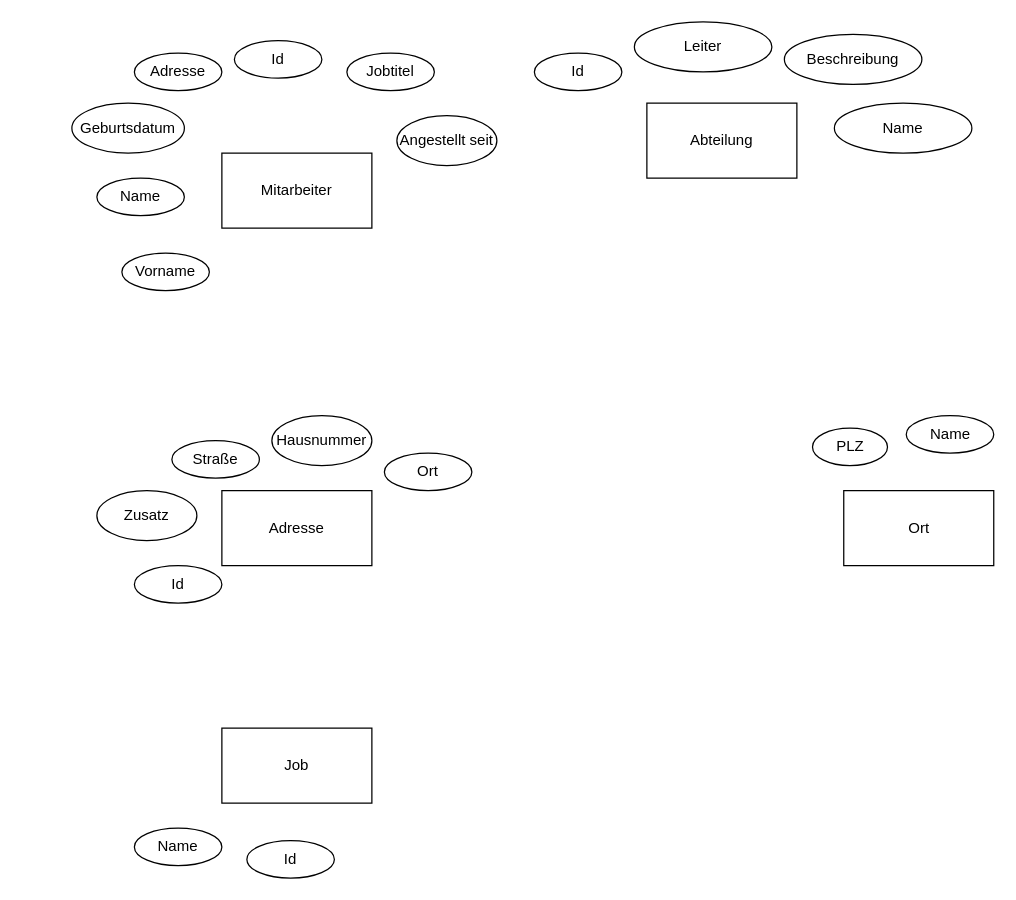
Above: diagramme/er_diagram.drawio in patrickpfaff/lf08_erp_projekt (draw.io), before the change. Source tidied: cells renumbered, new cells numbered last; positions are measured from the earlier drawing's top-left corner, leaving out a move shared by most shapes. Both pictures are drawn from the tidied source at 125%, with x=0, y=0 at pixel (71, 21).
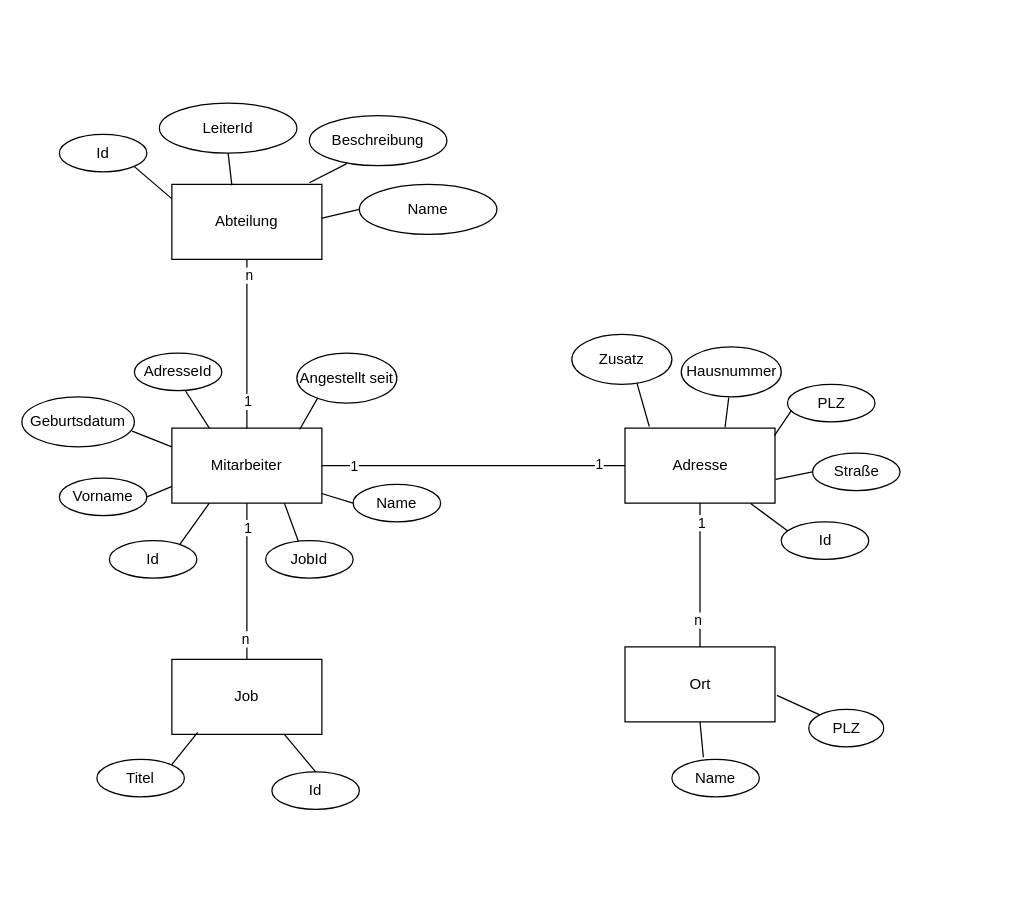
The same page after the edit.

Commit message (it also covers changes not shown here):
diagramm angepasst, ui test mit tkinter

The edit, as a diff of the source:
```diff
@@
-    <mxCell id="2" value="Adresse" style="ellipse;whiteSpace=wrap;html=1;" parent="1" vertex="1">
-      <mxGeometry x="50" y="25" width="70" height="30" as="geometry" />
+    <mxCell id="2" value="AdresseId" style="ellipse;whiteSpace=wrap;html=1;" parent="1" vertex="1">
+      <mxGeometry x="50" y="265" width="70" height="30" as="geometry" />
     </mxCell>
     <mxCell id="3" value="Hausnummer" style="ellipse;whiteSpace=wrap;html=1;" parent="1" vertex="1">
-      <mxGeometry x="160" y="315" width="80" height="40" as="geometry" />
+      <mxGeometry x="487.5" y="260" width="80" height="40" as="geometry" />
     </mxCell>
     <mxCell id="4" value="Name" style="ellipse;whiteSpace=wrap;html=1;" parent="1" vertex="1">
-      <mxGeometry x="667.5" y="315" width="70" height="30" as="geometry" />
+      <mxGeometry x="480" y="590" width="70" height="30" as="geometry" />
     </mxCell>
     <mxCell id="5" value="Mitarbeiter" style="rounded=0;whiteSpace=wrap;html=1;" parent="1" vertex="1">
-      <mxGeometry x="120" y="105" width="120" height="60" as="geometry" />
+      <mxGeometry x="80" y="325" width="120" height="60" as="geometry" />
     </mxCell>
     <mxCell id="6" value="Abteilung" style="rounded=0;whiteSpace=wrap;html=1;" parent="1" vertex="1">
-      <mxGeometry x="460" y="65" width="120" height="60" as="geometry" />
+      <mxGeometry x="80" y="130" width="120" height="60" as="geometry" />
     </mxCell>
     <mxCell id="7" value="Adresse" style="rounded=0;whiteSpace=wrap;html=1;" parent="1" vertex="1">
-      <mxGeometry x="120" y="375" width="120" height="60" as="geometry" />
+      <mxGeometry x="442.5" y="325" width="120" height="60" as="geometry" />
     </mxCell>
     <mxCell id="8" value="Ort" style="rounded=0;whiteSpace=wrap;html=1;" parent="1" vertex="1">
-      <mxGeometry x="617.5" y="375" width="120" height="60" as="geometry" />
+      <mxGeometry x="442.5" y="500" width="120" height="60" as="geometry" />
     </mxCell>
     <mxCell id="9" value="Id" style="ellipse;whiteSpace=wrap;html=1;" parent="1" vertex="1">
-      <mxGeometry x="50" y="435" width="70" height="30" as="geometry" />
+      <mxGeometry x="567.5" y="400" width="70" height="30" as="geometry" />
     </mxCell>
     <mxCell id="10" value="Angestellt seit" style="ellipse;whiteSpace=wrap;html=1;" parent="1" vertex="1">
-      <mxGeometry x="260" y="75" width="80" height="40" as="geometry" />
+      <mxGeometry x="180" y="265" width="80" height="40" as="geometry" />
     </mxCell>
-    <mxCell id="11" value="Jobtitel" style="ellipse;whiteSpace=wrap;html=1;" parent="1" vertex="1">
-      <mxGeometry x="220" y="25" width="70" height="30" as="geometry" />
+    <mxCell id="11" value="JobId" style="ellipse;whiteSpace=wrap;html=1;" parent="1" vertex="1">
+      <mxGeometry x="155" y="415" width="70" height="30" as="geometry" />
     </mxCell>
     <mxCell id="12" value="Geburtsdatum" style="ellipse;whiteSpace=wrap;html=1;" parent="1" vertex="1">
-      <mxGeometry y="65" width="90" height="40" as="geometry" />
+      <mxGeometry x="-40" y="300" width="90" height="40" as="geometry" />
     </mxCell>
     <mxCell id="13" value="Beschreibung" style="ellipse;whiteSpace=wrap;html=1;" parent="1" vertex="1">
-      <mxGeometry x="570" y="10" width="110" height="40" as="geometry" />
+      <mxGeometry x="190" y="75" width="110" height="40" as="geometry" />
     </mxCell>
     <mxCell id="14" value="Id" style="ellipse;whiteSpace=wrap;html=1;" parent="1" vertex="1">
-      <mxGeometry x="370" y="25" width="70" height="30" as="geometry" />
+      <mxGeometry x="-10" y="90" width="70" height="30" as="geometry" />
     </mxCell>
-    <mxCell id="15" value="Leiter" style="ellipse;whiteSpace=wrap;html=1;" parent="1" vertex="1">
-      <mxGeometry x="450" width="110" height="40" as="geometry" />
+    <mxCell id="15" value="LeiterId" style="ellipse;whiteSpace=wrap;html=1;" parent="1" vertex="1">
+      <mxGeometry x="70" y="65" width="110" height="40" as="geometry" />
     </mxCell>
     <mxCell id="16" value="Name" style="ellipse;whiteSpace=wrap;html=1;" parent="1" vertex="1">
-      <mxGeometry x="610" y="65" width="110" height="40" as="geometry" />
+      <mxGeometry x="230" y="130" width="110" height="40" as="geometry" />
     </mxCell>
     <mxCell id="17" value="Name" style="ellipse;whiteSpace=wrap;html=1;" parent="1" vertex="1">
-      <mxGeometry x="20" y="125" width="70" height="30" as="geometry" />
+      <mxGeometry x="225" y="370" width="70" height="30" as="geometry" />
     </mxCell>
     <mxCell id="18" value="Vorname" style="ellipse;whiteSpace=wrap;html=1;" parent="1" vertex="1">
-      <mxGeometry x="40" y="185" width="70" height="30" as="geometry" />
+      <mxGeometry x="-10" y="365" width="70" height="30" as="geometry" />
     </mxCell>
     <mxCell id="19" value="Straße" style="ellipse;whiteSpace=wrap;html=1;" parent="1" vertex="1">
-      <mxGeometry x="80" y="335" width="70" height="30" as="geometry" />
+      <mxGeometry x="592.5" y="345" width="70" height="30" as="geometry" />
     </mxCell>
-    <mxCell id="20" value="Ort" style="ellipse;whiteSpace=wrap;html=1;" parent="1" vertex="1">
-      <mxGeometry x="250" y="345" width="70" height="30" as="geometry" />
+    <mxCell id="20" value="PLZ" style="ellipse;whiteSpace=wrap;html=1;" parent="1" vertex="1">
+      <mxGeometry x="572.5" y="290" width="70" height="30" as="geometry" />
     </mxCell>
     <mxCell id="21" value="Zusatz" style="ellipse;whiteSpace=wrap;html=1;" parent="1" vertex="1">
-      <mxGeometry x="20" y="375" width="80" height="40" as="geometry" />
+      <mxGeometry x="400" y="250" width="80" height="40" as="geometry" />
     </mxCell>
     <mxCell id="22" value="PLZ" style="ellipse;whiteSpace=wrap;html=1;" parent="1" vertex="1">
-      <mxGeometry x="592.5" y="325" width="60" height="30" as="geometry" />
+      <mxGeometry x="589.5" y="550" width="60" height="30" as="geometry" />
     </mxCell>
     <mxCell id="23" value="Id" style="ellipse;whiteSpace=wrap;html=1;" parent="1" vertex="1">
-      <mxGeometry x="130" y="15" width="70" height="30" as="geometry" />
+      <mxGeometry x="30" y="415" width="70" height="30" as="geometry" />
     </mxCell>
     <mxCell id="24" value="Id" style="ellipse;whiteSpace=wrap;html=1;" parent="1" vertex="1">
-      <mxGeometry x="140" y="655" width="70" height="30" as="geometry" />
+      <mxGeometry x="160" y="600" width="70" height="30" as="geometry" />
     </mxCell>
     <mxCell id="25" value="Job" style="rounded=0;whiteSpace=wrap;html=1;" parent="1" vertex="1">
-      <mxGeometry x="120" y="565" width="120" height="60" as="geometry" />
+      <mxGeometry x="80" y="510" width="120" height="60" as="geometry" />
     </mxCell>
-    <mxCell id="26" value="Name" style="ellipse;whiteSpace=wrap;html=1;" parent="1" vertex="1">
-      <mxGeometry x="50" y="645" width="70" height="30" as="geometry" />
+    <mxCell id="26" value="Titel" style="ellipse;whiteSpace=wrap;html=1;" parent="1" vertex="1">
+      <mxGeometry x="20" y="590" width="70" height="30" as="geometry" />
     </mxCell>
+    <mxCell id="27" style="endArrow=none;html=1;rounded=0;entryX=0.5;entryY=1;entryDx=0;entryDy=0;exitX=0.5;exitY=0;exitDx=0;exitDy=0;" parent="1" edge="1" source="8" target="7">
+      <mxGeometry relative="1" as="geometry" />
+    </mxCell>
+    <mxCell id="28" value="1" style="edgeLabel;html=1;align=center;verticalAlign=middle;" parent="27" vertex="1">
+      <mxGeometry x="0.74" y="-1" relative="1" as="geometry" />
+    </mxCell>
+    <mxCell id="29" value="n" style="edgeLabel;html=1;align=center;verticalAlign=middle;" parent="27" vertex="1">
+      <mxGeometry x="-0.62" y="2" relative="1" as="geometry" />
+    </mxCell>
+    <mxCell id="30" style="endArrow=none;html=1;rounded=0;entryX=0.5;entryY=1;entryDx=0;entryDy=0;exitX=0.5;exitY=0;exitDx=0;exitDy=0;" parent="1" edge="1" source="25" target="5">
+      <mxGeometry relative="1" as="geometry" />
+    </mxCell>
+    <mxCell id="31" value="n" style="edgeLabel;html=1;align=center;verticalAlign=middle;" parent="30" vertex="1">
+      <mxGeometry x="-0.73" y="2" relative="1" as="geometry" />
+    </mxCell>
+    <mxCell id="32" value="1" style="edgeLabel;html=1;align=center;verticalAlign=middle;" parent="30" vertex="1">
+      <mxGeometry x="0.69" relative="1" as="geometry" />
+    </mxCell>
+    <mxCell id="33" style="endArrow=none;html=1;rounded=0;entryX=0.5;entryY=1;entryDx=0;entryDy=0;exitX=0.5;exitY=0;exitDx=0;exitDy=0;" parent="1" edge="1" source="5" target="6">
+      <mxGeometry relative="1" as="geometry" />
+    </mxCell>
+    <mxCell id="34" value="1" style="edgeLabel;html=1;align=center;verticalAlign=middle;" parent="33" vertex="1">
+      <mxGeometry x="-0.68" relative="1" as="geometry" />
+    </mxCell>
+    <mxCell id="35" value="n" style="edgeLabel;html=1;align=center;verticalAlign=middle;" parent="33" vertex="1">
+      <mxGeometry x="0.82" y="-1" relative="1" as="geometry" />
+    </mxCell>
+    <mxCell id="36" style="endArrow=none;html=1;rounded=0;entryX=0;entryY=0.5;entryDx=0;entryDy=0;exitX=1;exitY=0.5;exitDx=0;exitDy=0;" parent="1" edge="1" source="5" target="7">
+      <mxGeometry relative="1" as="geometry" />
+    </mxCell>
+    <mxCell id="37" value="1" style="edgeLabel;html=1;align=center;verticalAlign=middle;" parent="36" vertex="1">
+      <mxGeometry x="-0.79" relative="1" as="geometry" />
+    </mxCell>
+    <mxCell id="38" value="1" style="edgeLabel;html=1;align=center;verticalAlign=middle;" parent="36" vertex="1">
+      <mxGeometry x="0.82" y="2" relative="1" as="geometry" />
+    </mxCell>
+    <mxCell id="39" style="endArrow=none;html=1;rounded=0;entryX=0.585;entryY=1.009;entryDx=0;entryDy=0;entryPerimeter=0;exitX=0.25;exitY=0;exitDx=0;exitDy=0;" parent="1" edge="1" source="5" target="2">
+      <mxGeometry relative="1" as="geometry" />
+    </mxCell>
+    <mxCell id="40" style="endArrow=none;html=1;rounded=0;entryX=0.98;entryY=0.684;entryDx=0;entryDy=0;entryPerimeter=0;exitX=0;exitY=0.25;exitDx=0;exitDy=0;" parent="1" edge="1" source="5" target="12">
+      <mxGeometry relative="1" as="geometry" />
+    </mxCell>
+    <mxCell id="41" style="endArrow=none;html=1;rounded=0;entryX=0.001;entryY=0.776;entryDx=0;entryDy=0;entryPerimeter=0;exitX=1;exitY=0.5;exitDx=0;exitDy=0;" parent="1" edge="1" source="18" target="5">
+      <mxGeometry relative="1" as="geometry" />
+    </mxCell>
+    <mxCell id="42" style="endArrow=none;html=1;rounded=0;exitX=0.801;exitY=0.115;exitDx=0;exitDy=0;exitPerimeter=0;" parent="1" edge="1" source="23">
+      <mxGeometry relative="1" as="geometry">
+        <mxPoint x="110" y="385" as="targetPoint" />
+      </mxGeometry>
+    </mxCell>
+    <mxCell id="43" style="endArrow=none;html=1;rounded=0;entryX=0.209;entryY=0.895;entryDx=0;entryDy=0;entryPerimeter=0;exitX=0.852;exitY=0.018;exitDx=0;exitDy=0;exitPerimeter=0;" parent="1" edge="1" source="5" target="10">
+      <mxGeometry relative="1" as="geometry" />
+    </mxCell>
+    <mxCell id="44" style="endArrow=none;html=1;rounded=0;entryX=0;entryY=0.5;entryDx=0;entryDy=0;exitX=0.998;exitY=0.872;exitDx=0;exitDy=0;exitPerimeter=0;" parent="1" edge="1" source="5" target="17">
+      <mxGeometry relative="1" as="geometry" />
+    </mxCell>
+    <mxCell id="45" style="endArrow=none;html=1;rounded=0;entryX=0.75;entryY=1;entryDx=0;entryDy=0;exitX=0.374;exitY=0.018;exitDx=0;exitDy=0;exitPerimeter=0;" parent="1" edge="1" source="11" target="5">
+      <mxGeometry relative="1" as="geometry" />
+    </mxCell>
+    <mxCell id="46" style="endArrow=none;html=1;rounded=0;entryX=1;entryY=1;entryDx=0;entryDy=0;exitX=-0.001;exitY=0.19;exitDx=0;exitDy=0;exitPerimeter=0;" parent="1" edge="1" source="6" target="14">
+      <mxGeometry relative="1" as="geometry" />
+    </mxCell>
+    <mxCell id="47" style="endArrow=none;html=1;rounded=0;entryX=0.5;entryY=1;entryDx=0;entryDy=0;exitX=0.4;exitY=0.013;exitDx=0;exitDy=0;exitPerimeter=0;" parent="1" edge="1" source="6" target="15">
+      <mxGeometry relative="1" as="geometry" />
+    </mxCell>
+    <mxCell id="48" style="endArrow=none;html=1;rounded=0;entryX=0.272;entryY=0.961;entryDx=0;entryDy=0;entryPerimeter=0;exitX=0.917;exitY=-0.022;exitDx=0;exitDy=0;exitPerimeter=0;" parent="1" edge="1" source="6" target="13">
+      <mxGeometry relative="1" as="geometry" />
+    </mxCell>
+    <mxCell id="49" style="endArrow=none;html=1;rounded=0;entryX=0;entryY=0.5;entryDx=0;entryDy=0;exitX=1.001;exitY=0.45;exitDx=0;exitDy=0;exitPerimeter=0;" parent="1" edge="1" source="6" target="16">
+      <mxGeometry relative="1" as="geometry" />
+    </mxCell>
+    <mxCell id="50" style="endArrow=none;html=1;rounded=0;entryX=0.651;entryY=0.975;entryDx=0;entryDy=0;entryPerimeter=0;exitX=0.162;exitY=-0.022;exitDx=0;exitDy=0;exitPerimeter=0;" parent="1" edge="1" source="7" target="21">
+      <mxGeometry relative="1" as="geometry" />
+    </mxCell>
+    <mxCell id="51" style="endArrow=none;html=1;rounded=0;entryX=0.475;entryY=1.012;entryDx=0;entryDy=0;entryPerimeter=0;exitX=0.667;exitY=-0.013;exitDx=0;exitDy=0;exitPerimeter=0;" parent="1" edge="1" source="7" target="3">
+      <mxGeometry relative="1" as="geometry" />
+    </mxCell>
+    <mxCell id="52" style="endArrow=none;html=1;rounded=0;entryX=0.046;entryY=0.691;entryDx=0;entryDy=0;entryPerimeter=0;exitX=0.996;exitY=0.1;exitDx=0;exitDy=0;exitPerimeter=0;" parent="1" edge="1" source="7" target="20">
+      <mxGeometry relative="1" as="geometry" />
+    </mxCell>
+    <mxCell id="53" style="endArrow=none;html=1;rounded=0;entryX=0;entryY=0.5;entryDx=0;entryDy=0;exitX=1.004;exitY=0.684;exitDx=0;exitDy=0;exitPerimeter=0;" parent="1" edge="1" source="7" target="19">
+      <mxGeometry relative="1" as="geometry" />
+    </mxCell>
+    <mxCell id="54" style="endArrow=none;html=1;rounded=0;entryX=0.075;entryY=0.241;entryDx=0;entryDy=0;exitX=0.838;exitY=1.006;exitDx=0;exitDy=0;exitPerimeter=0;entryPerimeter=0;" parent="1" edge="1" source="7" target="9">
+      <mxGeometry relative="1" as="geometry" />
+    </mxCell>
+    <mxCell id="55" style="endArrow=none;html=1;rounded=0;entryX=1.013;entryY=0.646;entryDx=0;entryDy=0;entryPerimeter=0;exitX=0;exitY=0;exitDx=0;exitDy=0;" parent="1" edge="1" source="22" target="8">
+      <mxGeometry relative="1" as="geometry" />
+    </mxCell>
+    <mxCell id="56" style="endArrow=none;html=1;rounded=0;exitX=0.36;exitY=-0.057;exitDx=0;exitDy=0;exitPerimeter=0;" parent="1" edge="1" source="4">
+      <mxGeometry relative="1" as="geometry">
+        <mxPoint x="502.5" y="560" as="targetPoint" />
+      </mxGeometry>
+    </mxCell>
+    <mxCell id="57" style="endArrow=none;html=1;rounded=0;entryX=0.75;entryY=1;entryDx=0;entryDy=0;exitX=0.5;exitY=0;exitDx=0;exitDy=0;" parent="1" edge="1" source="24" target="25">
+      <mxGeometry relative="1" as="geometry" />
+    </mxCell>
+    <mxCell id="58" style="endArrow=none;html=1;rounded=0;entryX=0.172;entryY=0.972;entryDx=0;entryDy=0;entryPerimeter=0;exitX=1;exitY=0;exitDx=0;exitDy=0;" parent="1" edge="1" source="26" target="25">
+      <mxGeometry relative="1" as="geometry" />
+    </mxCell>
```
